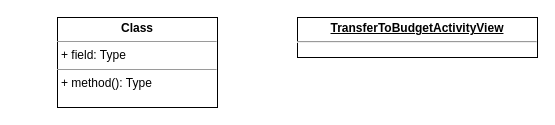
This is UNI-14926.drawio from ShiryaevNikolay/diagrams, a draw.io file, before an edit. Source tidied: cells renumbered, new cells numbered last; positions are measured from the earlier drawing's top-left corner, leaving out a move shared by most shapes. Both pictures are drawn from the tidied source at 100%, with x=0, y=0 at pixel (57, 17).
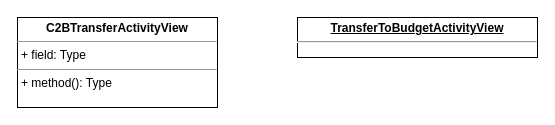
Above is the later version.

Change to the diagram source:
```diff
@@
 <mxGraphModel>
   <root>
     <mxCell id="0" />
     <mxCell id="1" parent="0" />
-    <mxCell id="2" value="&lt;p style=&quot;margin:0px;margin-top:4px;text-align:center;&quot;&gt;&lt;b&gt;Class&lt;/b&gt;&lt;/p&gt;&lt;hr size=&quot;1&quot;/&gt;&lt;p style=&quot;margin:0px;margin-left:4px;&quot;&gt;+ field: Type&lt;/p&gt;&lt;hr size=&quot;1&quot;/&gt;&lt;p style=&quot;margin:0px;margin-left:4px;&quot;&gt;+ method(): Type&lt;/p&gt;" style="verticalAlign=top;align=left;overflow=fill;fontSize=12;fontFamily=Helvetica;html=1;" parent="1" vertex="1">
-      <mxGeometry width="160" height="90" as="geometry" />
+    <mxCell id="2" value="&lt;p style=&quot;margin: 0px ; margin-top: 4px ; text-align: center&quot;&gt;&lt;b&gt;C2BTransferActivityView&lt;/b&gt;&lt;/p&gt;&lt;hr size=&quot;1&quot;&gt;&lt;p style=&quot;margin: 0px ; margin-left: 4px&quot;&gt;+ field: Type&lt;/p&gt;&lt;hr size=&quot;1&quot;&gt;&lt;p style=&quot;margin: 0px ; margin-left: 4px&quot;&gt;+ method(): Type&lt;/p&gt;" style="verticalAlign=top;align=left;overflow=fill;fontSize=12;fontFamily=Helvetica;html=1;" parent="1" vertex="1">
+      <mxGeometry x="-40" width="200" height="90" as="geometry" />
     </mxCell>
     <mxCell id="3" value="&lt;p style=&quot;margin: 0px ; margin-top: 4px ; text-align: center ; text-decoration: underline&quot;&gt;&lt;b&gt;TransferToBudgetActivityView&lt;/b&gt;&lt;/p&gt;&lt;hr&gt;&lt;p style=&quot;margin: 0px ; margin-left: 8px&quot;&gt;&lt;br&gt;&lt;/p&gt;" style="verticalAlign=top;align=left;overflow=fill;fontSize=12;fontFamily=Helvetica;html=1;" parent="1" vertex="1">
       <mxGeometry x="240" width="240" height="40" as="geometry" />
     </mxCell>
   </root>
 </mxGraphModel>
```
